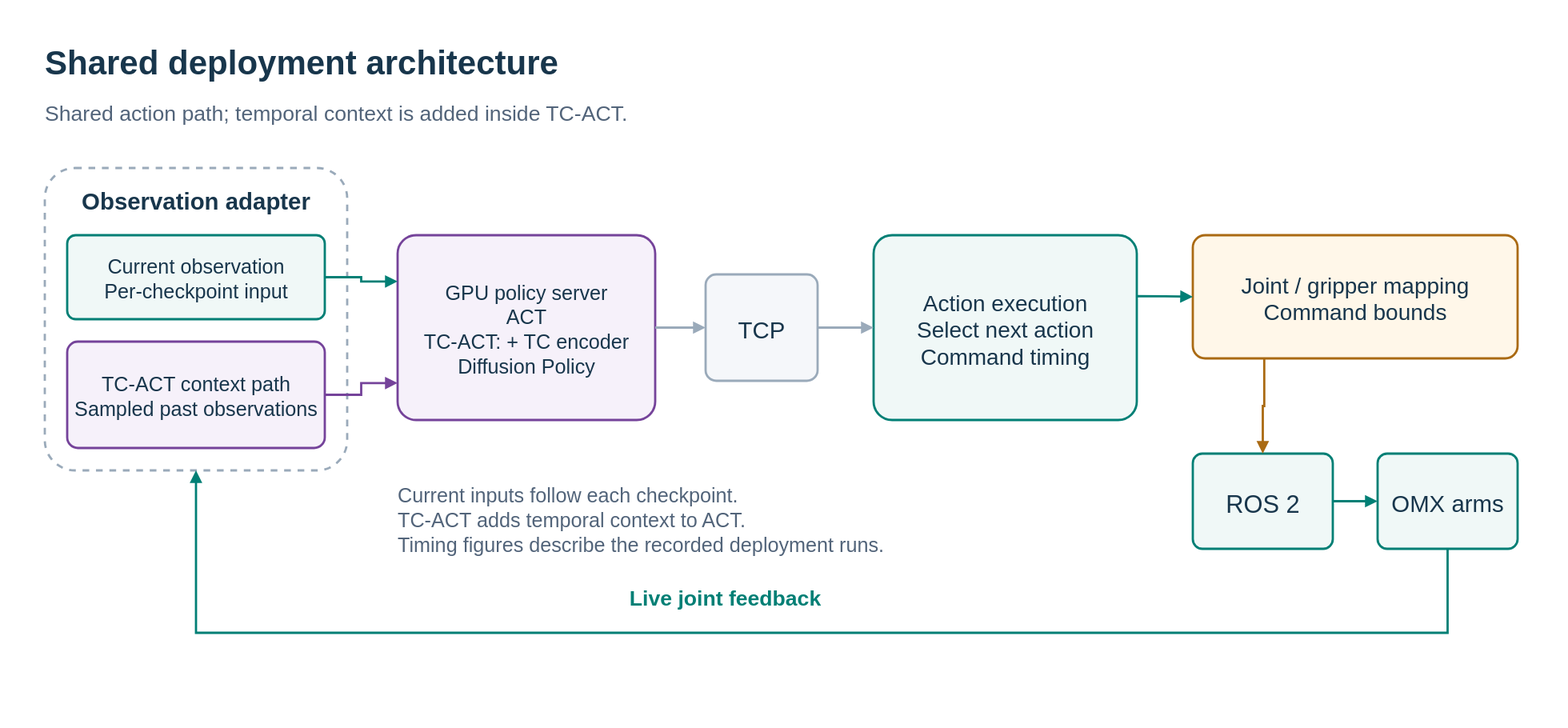
Before: docs/assets/diagrams/hardware-deployment-architecture.svg, a diagram exported from draw.io (green101630-jwi/literate-octo-doodle). Source tidied: cells renumbered, new cells last; positions are measured from the earlier drawing's top-left corner, leaving out a move shared by most shapes.
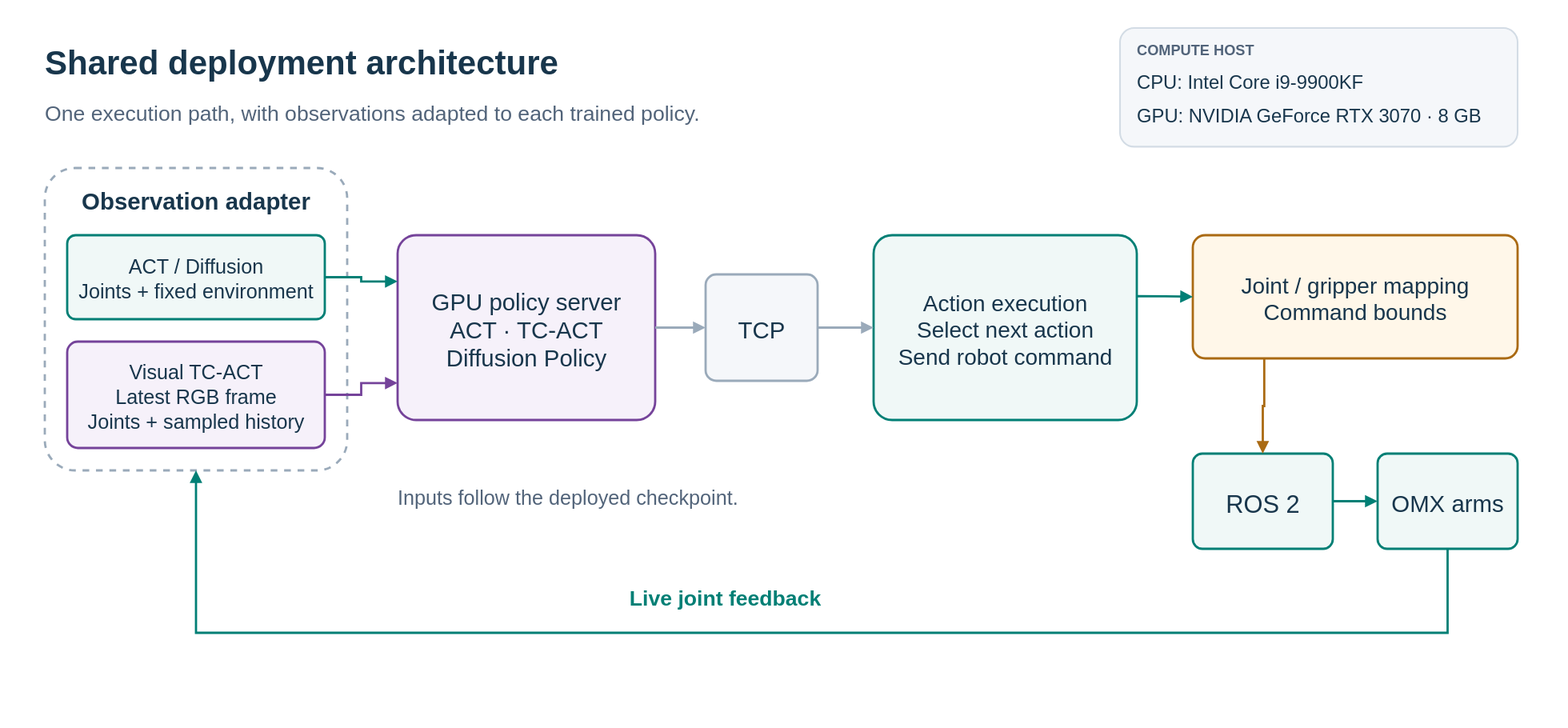
Later version of the same file.

Commit message:
Update deployment diagram layout and add verified CPU and GPU specifications

Change to the diagram source:
```diff
@@ -3,10 +3,10 @@
     <mxCell id="0" />
     <mxCell id="1" parent="0" />
     <mxCell id="2" value="Shared deployment architecture" style="text;html=0;whiteSpace=nowrap;strokeColor=none;fillColor=none;fontColor=#18364c;fontFamily=Arial;fontSize=30;fontStyle=1;align=left;verticalAlign=middle;spacing=0;" parent="1" vertex="1">
-      <mxGeometry width="1300" height="45" as="geometry" />
+      <mxGeometry width="900" height="45" as="geometry" />
     </mxCell>
-    <mxCell id="3" value="Shared action path; temporal context is added inside TC-ACT." style="text;html=0;whiteSpace=nowrap;strokeColor=none;fillColor=none;fontColor=#52647a;fontFamily=Arial;fontSize=19;fontStyle=0;align=left;verticalAlign=middle;spacing=0;" parent="1" vertex="1">
-      <mxGeometry y="52" width="1300" height="35" as="geometry" />
+    <mxCell id="3" value="One execution path, with observations adapted to each trained policy." style="text;html=0;whiteSpace=nowrap;strokeColor=none;fillColor=none;fontColor=#52647a;fontFamily=Arial;fontSize=19;fontStyle=0;align=left;verticalAlign=middle;spacing=0;" parent="1" vertex="1">
+      <mxGeometry y="52" width="900" height="35" as="geometry" />
     </mxCell>
     <mxCell id="4" style="rounded=1;arcSize=10;whiteSpace=nowrap;html=0;fillColor=#ffffff;strokeColor=#9aaaba;strokeWidth=2;fontColor=#18364c;fontFamily=Arial;fontSize=20;align=center;verticalAlign=middle;spacing=12;dashed=1;" parent="1" vertex="1">
       <mxGeometry y="120" width="270" height="270" as="geometry" />
@@ -14,19 +14,19 @@
     <mxCell id="5" value="Observation adapter" style="text;html=0;whiteSpace=nowrap;strokeColor=none;fillColor=none;fontColor=#18364c;fontFamily=Arial;fontSize=21;fontStyle=1;align=center;verticalAlign=middle;spacing=0;" parent="1" vertex="1">
       <mxGeometry x="15" y="130" width="240" height="35" as="geometry" />
     </mxCell>
-    <mxCell id="6" value="Current observation&#10;Per-checkpoint input" style="rounded=1;arcSize=10;whiteSpace=nowrap;html=0;fillColor=#f0f8f7;strokeColor=#007f75;strokeWidth=2;fontColor=#18364c;fontFamily=Arial;fontSize=18;align=center;verticalAlign=middle;spacing=12;" parent="1" vertex="1">
+    <mxCell id="6" value="ACT / Diffusion&#10;Joints + fixed environment" style="rounded=1;arcSize=10;whiteSpace=nowrap;html=0;fillColor=#f0f8f7;strokeColor=#007f75;strokeWidth=2;fontColor=#18364c;fontFamily=Arial;fontSize=18;align=center;verticalAlign=middle;spacing=12;" parent="1" vertex="1">
       <mxGeometry x="20" y="180" width="230" height="75" as="geometry" />
     </mxCell>
-    <mxCell id="7" value="TC-ACT context path&#10;Sampled past observations" style="rounded=1;arcSize=10;whiteSpace=nowrap;html=0;fillColor=#f6f1fa;strokeColor=#75439a;strokeWidth=2;fontColor=#18364c;fontFamily=Arial;fontSize=18;align=center;verticalAlign=middle;spacing=12;" parent="1" vertex="1">
+    <mxCell id="7" value="Visual TC-ACT&#10;Latest RGB frame&#10;Joints + sampled history" style="rounded=1;arcSize=10;whiteSpace=nowrap;html=0;fillColor=#f6f1fa;strokeColor=#75439a;strokeWidth=2;fontColor=#18364c;fontFamily=Arial;fontSize=18;align=center;verticalAlign=middle;spacing=12;" parent="1" vertex="1">
       <mxGeometry x="20" y="275" width="230" height="95" as="geometry" />
     </mxCell>
-    <mxCell id="8" value="GPU policy server&#10;ACT&#10;TC-ACT: + TC encoder&#10;Diffusion Policy" style="rounded=1;arcSize=10;whiteSpace=nowrap;html=0;fillColor=#f6f1fa;strokeColor=#75439a;strokeWidth=2;fontColor=#18364c;fontFamily=Arial;fontSize=18;align=center;verticalAlign=middle;spacing=12;" parent="1" vertex="1">
+    <mxCell id="8" value="GPU policy server&#10;ACT · TC-ACT&#10;Diffusion Policy" style="rounded=1;arcSize=10;whiteSpace=nowrap;html=0;fillColor=#f6f1fa;strokeColor=#75439a;strokeWidth=2;fontColor=#18364c;fontFamily=Arial;fontSize=21;align=center;verticalAlign=middle;spacing=12;" parent="1" vertex="1">
       <mxGeometry x="315" y="180" width="230" height="165" as="geometry" />
     </mxCell>
     <mxCell id="9" value="TCP" style="rounded=1;arcSize=10;whiteSpace=nowrap;html=0;fillColor=#f5f7fa;strokeColor=#9aaaba;strokeWidth=2;fontColor=#18364c;fontFamily=Arial;fontSize=21;align=center;verticalAlign=middle;spacing=12;" parent="1" vertex="1">
       <mxGeometry x="590" y="215" width="100" height="95" as="geometry" />
     </mxCell>
-    <mxCell id="10" value="Action execution&#10;Select next action&#10;Command timing" style="rounded=1;arcSize=10;whiteSpace=nowrap;html=0;fillColor=#f0f8f7;strokeColor=#007f75;strokeWidth=2;fontColor=#18364c;fontFamily=Arial;fontSize=20;align=center;verticalAlign=middle;spacing=12;" parent="1" vertex="1">
+    <mxCell id="10" value="Action execution&#10;Select next action&#10;Send robot command" style="rounded=1;arcSize=10;whiteSpace=nowrap;html=0;fillColor=#f0f8f7;strokeColor=#007f75;strokeWidth=2;fontColor=#18364c;fontFamily=Arial;fontSize=20;align=center;verticalAlign=middle;spacing=12;" parent="1" vertex="1">
       <mxGeometry x="740" y="180" width="235" height="165" as="geometry" />
     </mxCell>
     <mxCell id="11" value="Joint / gripper mapping&#10;Command bounds" style="rounded=1;arcSize=10;whiteSpace=nowrap;html=0;fillColor=#fff7e9;strokeColor=#aa6a13;strokeWidth=2;fontColor=#18364c;fontFamily=Arial;fontSize=20;align=center;verticalAlign=middle;spacing=12;" parent="1" vertex="1">
@@ -70,8 +70,20 @@
     <mxCell id="22" value="Live joint feedback" style="text;html=0;whiteSpace=nowrap;strokeColor=none;fillColor=none;fontColor=#007f75;fontFamily=Arial;fontSize=19;fontStyle=1;align=center;verticalAlign=middle;spacing=0;" parent="1" vertex="1">
       <mxGeometry x="430" y="485" width="355" height="35" as="geometry" />
     </mxCell>
-    <mxCell id="23" value="Current inputs follow each checkpoint.&#10;TC-ACT adds temporal context to ACT.&#10;Timing figures describe the recorded deployment runs." style="text;html=0;whiteSpace=nowrap;strokeColor=none;fillColor=none;fontColor=#52647a;fontFamily=Arial;fontSize=18;fontStyle=0;align=left;verticalAlign=middle;spacing=0;" parent="1" vertex="1">
-      <mxGeometry x="315" y="390" width="650" height="85" as="geometry" />
+    <mxCell id="23" value="Inputs follow the deployed checkpoint." style="text;html=0;whiteSpace=nowrap;strokeColor=none;fillColor=none;fontColor=#52647a;fontFamily=Arial;fontSize=18;fontStyle=0;align=left;verticalAlign=middle;spacing=0;" parent="1" vertex="1">
+      <mxGeometry x="315" y="390" width="650" height="45" as="geometry" />
     </mxCell>
+    <mxCell id="24" style="rounded=1;arcSize=12;whiteSpace=nowrap;html=0;fillColor=#f5f7fa;strokeColor=#d3dce5;strokeWidth=1.5;" parent="1" vertex="1">
+      <mxGeometry x="960" y="-5" width="355" height="106" as="geometry" />
+    </mxCell>
+    <mxCell id="25" value="COMPUTE HOST" style="text;html=0;whiteSpace=nowrap;strokeColor=none;fillColor=none;fontFamily=Arial;align=left;verticalAlign=middle;spacing=0;fontSize=13;fontColor=#52647a;fontStyle=1;" parent="1" vertex="1">
+      <mxGeometry x="975" y="4" width="325" height="20" as="geometry" />
+    </mxCell>
+    <mxCell id="26" value="CPU: Intel Core i9-9900KF" style="text;html=0;whiteSpace=nowrap;strokeColor=none;fillColor=none;fontFamily=Arial;align=left;verticalAlign=middle;spacing=0;fontSize=17;fontColor=#18364c;" parent="1" vertex="1">
+      <mxGeometry x="975" y="29" width="325" height="25" as="geometry" />
+    </mxCell>
+    <mxCell id="27" value="GPU: NVIDIA GeForce RTX 3070 · 8 GB" style="text;html=0;whiteSpace=nowrap;strokeColor=none;fillColor=none;fontFamily=Arial;align=left;verticalAlign=middle;spacing=0;fontSize=17;fontColor=#18364c;" parent="1" vertex="1">
+      <mxGeometry x="975" y="59" width="325" height="25" as="geometry" />
+    </mxCell>
   </root>
 </mxGraphModel>
```
